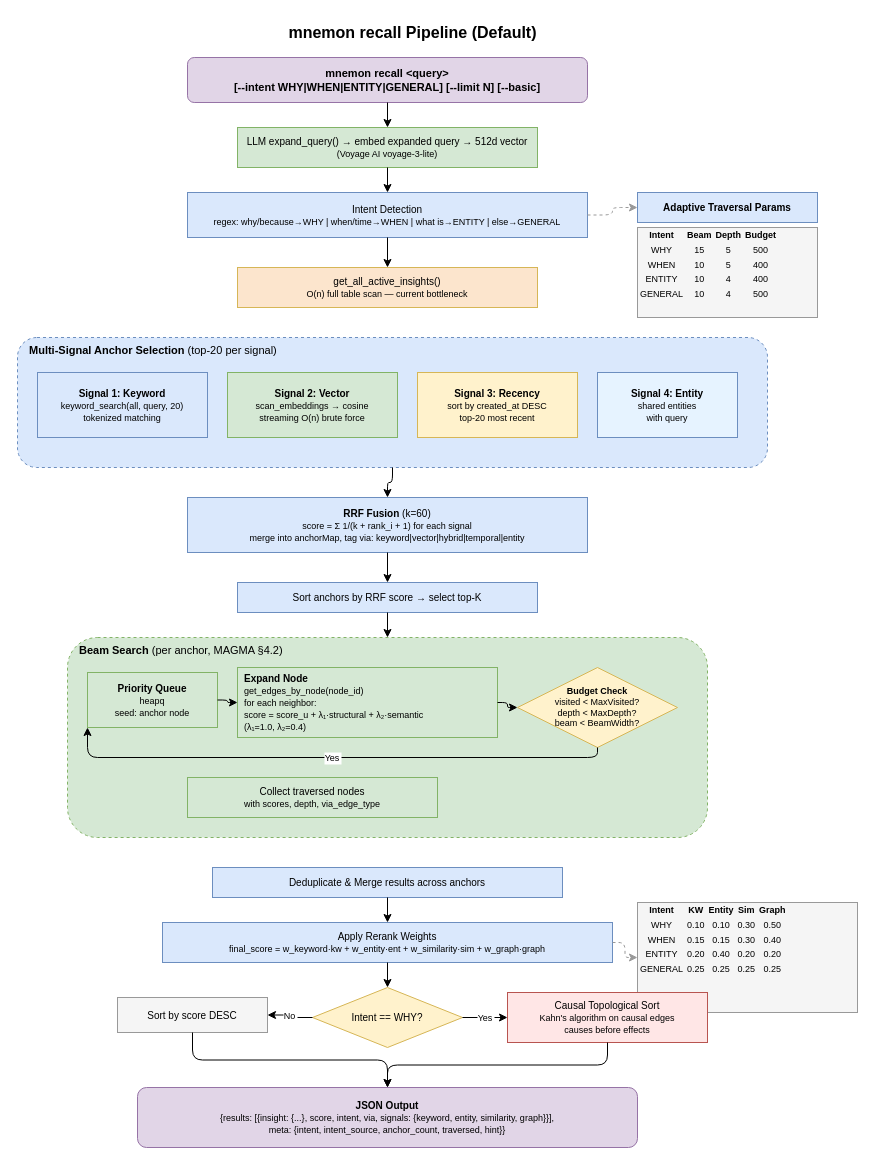
This is docs/diagrams/03-smart-recall-pipeline.drawio from bissli/memman, a draw.io file, before an edit. Source tidied: cells renumbered, new cells numbered last; positions are measured from the earlier drawing's top-left corner, leaving out a move shared by most shapes. Both pictures are drawn from the tidied source at 100%, with x=0, y=0 at pixel (17, 17).
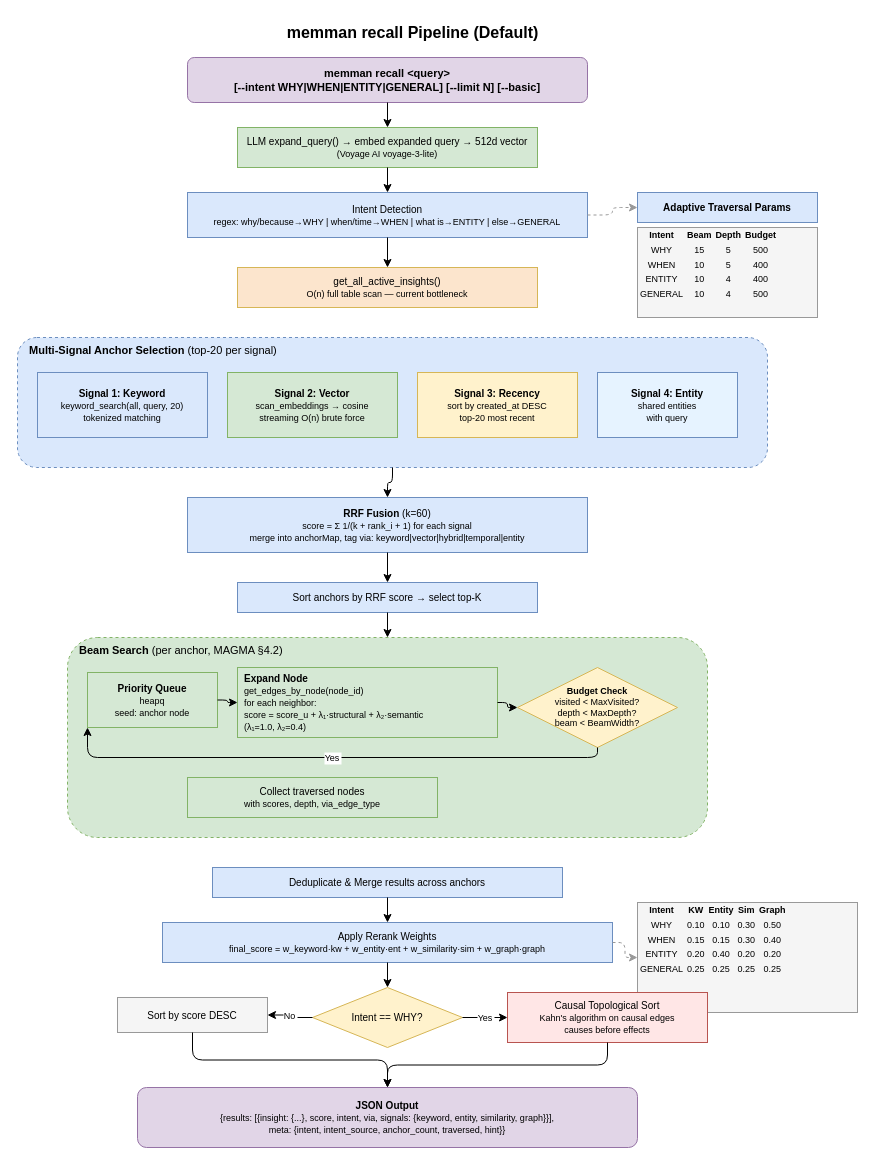
The same page after the edit.

The edit, as a diff of the source:
```diff
@@
-    <mxCell id="2" value="&lt;b&gt;mnemon recall Pipeline (Default)&lt;/b&gt;" style="text;html=1;align=center;verticalAlign=middle;fontSize=16;strokeColor=none;fillColor=none;" parent="1" vertex="1">
+    <mxCell id="2" value="&lt;b&gt;memman recall Pipeline (Default)&lt;/b&gt;" style="text;html=1;align=center;verticalAlign=middle;fontSize=16;strokeColor=none;fillColor=none;" parent="1" vertex="1">
       <mxGeometry x="220" width="350" height="30" as="geometry" />
     </mxCell>
-    <mxCell id="3" value="mnemon recall &amp;lt;query&amp;gt;&lt;br&gt;[--intent WHY|WHEN|ENTITY|GENERAL] [--limit N] [--basic]" style="rounded=1;whiteSpace=wrap;html=1;fillColor=#e1d5e7;strokeColor=#9673a6;fontSize=11;fontStyle=1;" parent="1" vertex="1">
+    <mxCell id="3" value="memman recall &amp;lt;query&amp;gt;&lt;br&gt;[--intent WHY|WHEN|ENTITY|GENERAL] [--limit N] [--basic]" style="rounded=1;whiteSpace=wrap;html=1;fillColor=#e1d5e7;strokeColor=#9673a6;fontSize=11;fontStyle=1;" parent="1" vertex="1">
       <mxGeometry x="170" y="40" width="400" height="45" as="geometry" />
     </mxCell>
```
